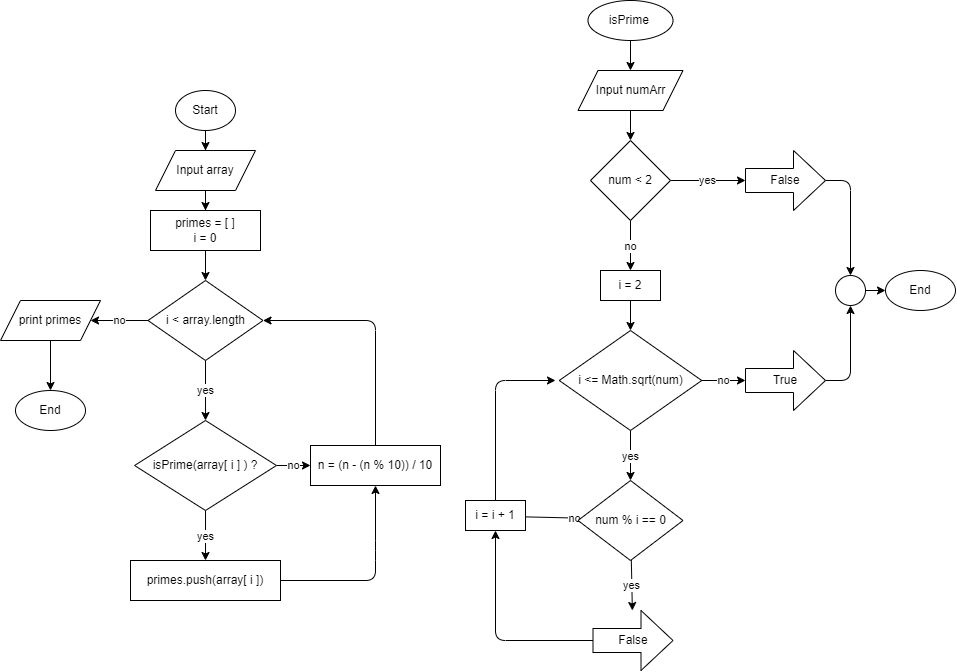
Above: Bai 2/FlowChart_2d.drawio.png in QuocNGN/flow-chart-code (draw.io), before the change. Source tidied: cells renumbered, new cells last; positions are measured from the earlier drawing's top-left corner, leaving out a move shared by most shapes. The source it was exported from:
```xml
<mxGraphModel>
  <root>
    <mxCell id="0" />
    <mxCell id="1" parent="0" />
    <mxCell id="2" style="edgeStyle=none;html=1;exitX=0.5;exitY=1;exitDx=0;exitDy=0;entryX=0.5;entryY=0;entryDx=0;entryDy=0;" parent="1" edge="1" source="3" target="5">
      <mxGeometry relative="1" as="geometry" />
    </mxCell>
    <mxCell id="3" value="isPrime&amp;nbsp;" style="ellipse;whiteSpace=wrap;html=1;" parent="1" vertex="1">
      <mxGeometry x="587.5" width="85" height="40" as="geometry" />
    </mxCell>
    <mxCell id="4" style="edgeStyle=orthogonalEdgeStyle;rounded=0;jettySize=auto;html=1;entryX=0.5;entryY=0;entryDx=0;entryDy=0;" parent="1" edge="1" source="5" target="8">
      <mxGeometry relative="1" as="geometry" />
    </mxCell>
    <mxCell id="5" value="Input numArr" style="shape=parallelogram;perimeter=parallelogramPerimeter;whiteSpace=wrap;html=1;fixedSize=1;" parent="1" vertex="1">
      <mxGeometry x="577.5" y="70" width="105" height="40" as="geometry" />
    </mxCell>
    <mxCell id="6" value="no" style="edgeStyle=none;html=1;exitX=0.5;exitY=1;exitDx=0;exitDy=0;entryX=0.5;entryY=0;entryDx=0;entryDy=0;" parent="1" edge="1" source="8" target="33">
      <mxGeometry relative="1" as="geometry" />
    </mxCell>
    <mxCell id="7" value="yes" style="edgeStyle=none;html=1;" parent="1" edge="1" source="8" target="40">
      <mxGeometry relative="1" as="geometry" />
    </mxCell>
    <mxCell id="8" value="num &amp;lt; 2" style="rhombus;whiteSpace=wrap;html=1;" parent="1" vertex="1">
      <mxGeometry x="590" y="140" width="80" height="80" as="geometry" />
    </mxCell>
    <mxCell id="9" value="End" style="ellipse;whiteSpace=wrap;html=1;" parent="1" vertex="1">
      <mxGeometry x="885" y="270" width="70" height="40" as="geometry" />
    </mxCell>
    <mxCell id="10" value="yes" style="edgeStyle=none;html=1;" parent="1" edge="1" source="12" target="36">
      <mxGeometry relative="1" as="geometry" />
    </mxCell>
    <mxCell id="11" value="no" style="edgeStyle=none;html=1;exitX=1;exitY=0.5;exitDx=0;exitDy=0;" parent="1" edge="1" source="12" target="44">
      <mxGeometry relative="1" as="geometry" />
    </mxCell>
    <mxCell id="12" value="i &amp;lt;= Math.sqrt(num)" style="rhombus;whiteSpace=wrap;html=1;" parent="1" vertex="1">
      <mxGeometry x="558.8" y="330" width="142.5" height="100" as="geometry" />
    </mxCell>
    <mxCell id="13" style="edgeStyle=orthogonalEdgeStyle;rounded=0;jettySize=auto;html=1;entryX=0.5;entryY=0;entryDx=0;entryDy=0;" parent="1" edge="1" source="14" target="16">
      <mxGeometry relative="1" as="geometry" />
    </mxCell>
    <mxCell id="14" value="Start" style="ellipse;whiteSpace=wrap;html=1;" parent="1" vertex="1">
      <mxGeometry x="175" y="90" width="60" height="40" as="geometry" />
    </mxCell>
    <mxCell id="15" style="edgeStyle=orthogonalEdgeStyle;rounded=0;jettySize=auto;html=1;entryX=0.5;entryY=0;entryDx=0;entryDy=0;" parent="1" edge="1" source="16" target="18">
      <mxGeometry relative="1" as="geometry" />
    </mxCell>
    <mxCell id="16" value="Input array" style="shape=parallelogram;perimeter=parallelogramPerimeter;whiteSpace=wrap;html=1;fixedSize=1;" parent="1" vertex="1">
      <mxGeometry x="155" y="150" width="100" height="40" as="geometry" />
    </mxCell>
    <mxCell id="17" style="edgeStyle=orthogonalEdgeStyle;rounded=0;jettySize=auto;html=1;entryX=0.5;entryY=0;entryDx=0;entryDy=0;" parent="1" edge="1" source="18" target="21">
      <mxGeometry relative="1" as="geometry" />
    </mxCell>
    <mxCell id="18" value="primes = [ ]&lt;br&gt;i = 0" style="rounded=0;whiteSpace=wrap;html=1;" parent="1" vertex="1">
      <mxGeometry x="150" y="210" width="110" height="40" as="geometry" />
    </mxCell>
    <mxCell id="19" value="no" style="edgeStyle=none;html=1;exitX=0;exitY=0.5;exitDx=0;exitDy=0;entryX=1;entryY=0.5;entryDx=0;entryDy=0;" parent="1" edge="1" source="21" target="23">
      <mxGeometry relative="1" as="geometry" />
    </mxCell>
    <mxCell id="20" value="yes" style="edgeStyle=none;html=1;exitX=0.5;exitY=1;exitDx=0;exitDy=0;entryX=0.5;entryY=0;entryDx=0;entryDy=0;" parent="1" edge="1" source="21" target="27">
      <mxGeometry relative="1" as="geometry" />
    </mxCell>
    <mxCell id="21" value="i &amp;lt; array.length" style="rhombus;whiteSpace=wrap;html=1;" parent="1" vertex="1">
      <mxGeometry x="147.5" y="280" width="115" height="80" as="geometry" />
    </mxCell>
    <mxCell id="22" style="edgeStyle=none;html=1;exitX=0.5;exitY=1;exitDx=0;exitDy=0;entryX=0.5;entryY=0;entryDx=0;entryDy=0;" parent="1" edge="1" source="23" target="24">
      <mxGeometry relative="1" as="geometry" />
    </mxCell>
    <mxCell id="23" value="print primes" style="shape=parallelogram;perimeter=parallelogramPerimeter;whiteSpace=wrap;html=1;fixedSize=1;" parent="1" vertex="1">
      <mxGeometry y="300" width="100" height="40" as="geometry" />
    </mxCell>
    <mxCell id="24" value="End" style="ellipse;whiteSpace=wrap;html=1;" parent="1" vertex="1">
      <mxGeometry x="15" y="390" width="70" height="40" as="geometry" />
    </mxCell>
    <mxCell id="25" value="no" style="edgeStyle=none;html=1;exitX=1;exitY=0.5;exitDx=0;exitDy=0;entryX=0;entryY=0.5;entryDx=0;entryDy=0;" parent="1" edge="1" source="27" target="31">
      <mxGeometry relative="1" as="geometry" />
    </mxCell>
    <mxCell id="26" value="yes" style="edgeStyle=none;html=1;exitX=0.5;exitY=1;exitDx=0;exitDy=0;entryX=0.5;entryY=0;entryDx=0;entryDy=0;" parent="1" edge="1" source="27" target="29">
      <mxGeometry relative="1" as="geometry" />
    </mxCell>
    <mxCell id="27" value="isPrime(array[ i ] ) ?" style="rhombus;whiteSpace=wrap;html=1;perimeterSpacing=0;" parent="1" vertex="1">
      <mxGeometry x="134.1" y="420" width="141.9" height="90" as="geometry" />
    </mxCell>
    <mxCell id="28" style="edgeStyle=none;html=1;exitX=1;exitY=0.5;exitDx=0;exitDy=0;entryX=0.5;entryY=1;entryDx=0;entryDy=0;" parent="1" edge="1" source="29" target="31">
      <mxGeometry relative="1" as="geometry">
        <Array as="points">
          <mxPoint x="375" y="580" />
          <mxPoint x="375" y="550" />
        </Array>
      </mxGeometry>
    </mxCell>
    <mxCell id="29" value="primes.push(array[ i ])" style="rounded=0;whiteSpace=wrap;html=1;" parent="1" vertex="1">
      <mxGeometry x="130" y="560" width="150" height="40" as="geometry" />
    </mxCell>
    <mxCell id="30" style="edgeStyle=none;html=1;exitX=0.5;exitY=0;exitDx=0;exitDy=0;entryX=1;entryY=0.5;entryDx=0;entryDy=0;" parent="1" edge="1" source="31" target="21">
      <mxGeometry relative="1" as="geometry">
        <Array as="points">
          <mxPoint x="375" y="320" />
        </Array>
      </mxGeometry>
    </mxCell>
    <mxCell id="31" value="n = (n - (n % 10)) / 10" style="rounded=0;whiteSpace=wrap;html=1;" parent="1" vertex="1">
      <mxGeometry x="310" y="445" width="130" height="40" as="geometry" />
    </mxCell>
    <mxCell id="32" style="edgeStyle=none;html=1;entryX=0.5;entryY=0;entryDx=0;entryDy=0;" parent="1" edge="1" source="33" target="12">
      <mxGeometry relative="1" as="geometry" />
    </mxCell>
    <mxCell id="33" value="i = 2" style="rounded=0;whiteSpace=wrap;html=1;" parent="1" vertex="1">
      <mxGeometry x="600" y="270" width="60" height="30" as="geometry" />
    </mxCell>
    <mxCell id="34" value="yes" style="edgeStyle=none;html=1;" parent="1" edge="1" source="36" target="38">
      <mxGeometry relative="1" as="geometry" />
    </mxCell>
    <mxCell id="35" value="no" style="edgeStyle=none;html=1;exitX=1;exitY=0.5;exitDx=0;exitDy=0;entryX=0;entryY=0.5;entryDx=0;entryDy=0;" parent="1" edge="1" source="36" target="42">
      <mxGeometry relative="1" as="geometry" />
    </mxCell>
    <mxCell id="36" value="num % i == 0" style="rhombus;whiteSpace=wrap;html=1;" parent="1" vertex="1">
      <mxGeometry x="577.5" y="480" width="105" height="80" as="geometry" />
    </mxCell>
    <mxCell id="37" style="edgeStyle=none;html=1;entryX=0.5;entryY=1;entryDx=0;entryDy=0;" parent="1" edge="1" source="38" target="42">
      <mxGeometry relative="1" as="geometry">
        <Array as="points">
          <mxPoint x="495" y="640" />
        </Array>
      </mxGeometry>
    </mxCell>
    <mxCell id="38" value="False" style="shape=singleArrow;whiteSpace=wrap;html=1;arrowWidth=0.4;arrowSize=0.4;" parent="1" vertex="1">
      <mxGeometry x="592.5" y="610" width="80" height="60" as="geometry" />
    </mxCell>
    <mxCell id="39" style="edgeStyle=none;html=1;exitX=1;exitY=0.5;exitDx=0;exitDy=0;exitPerimeter=0;entryX=0.5;entryY=0;entryDx=0;entryDy=0;" parent="1" edge="1" source="40" target="46">
      <mxGeometry relative="1" as="geometry">
        <Array as="points">
          <mxPoint x="850" y="180" />
        </Array>
      </mxGeometry>
    </mxCell>
    <mxCell id="40" value="False" style="shape=singleArrow;whiteSpace=wrap;html=1;arrowWidth=0.4;arrowSize=0.4;" parent="1" vertex="1">
      <mxGeometry x="745" y="150" width="80" height="60" as="geometry" />
    </mxCell>
    <mxCell id="41" style="edgeStyle=none;html=1;" parent="1" edge="1" source="42">
      <mxGeometry relative="1" as="geometry">
        <mxPoint x="555" y="380" as="targetPoint" />
        <Array as="points">
          <mxPoint x="495" y="380" />
        </Array>
      </mxGeometry>
    </mxCell>
    <mxCell id="42" value="i = i + 1" style="rounded=0;whiteSpace=wrap;html=1;" parent="1" vertex="1">
      <mxGeometry x="465" y="500" width="60" height="30" as="geometry" />
    </mxCell>
    <mxCell id="43" style="edgeStyle=none;html=1;exitX=1;exitY=0.5;exitDx=0;exitDy=0;exitPerimeter=0;entryX=0.5;entryY=1;entryDx=0;entryDy=0;" parent="1" edge="1" source="44" target="46">
      <mxGeometry relative="1" as="geometry">
        <Array as="points">
          <mxPoint x="850" y="380" />
        </Array>
      </mxGeometry>
    </mxCell>
    <mxCell id="44" value="True" style="shape=singleArrow;whiteSpace=wrap;html=1;arrowWidth=0.4;arrowSize=0.4;" parent="1" vertex="1">
      <mxGeometry x="745" y="350" width="80" height="60" as="geometry" />
    </mxCell>
    <mxCell id="45" style="edgeStyle=none;html=1;exitX=1;exitY=0.5;exitDx=0;exitDy=0;entryX=0;entryY=0.5;entryDx=0;entryDy=0;" parent="1" edge="1" source="46" target="9">
      <mxGeometry relative="1" as="geometry" />
    </mxCell>
    <mxCell id="46" style="ellipse;whiteSpace=wrap;html=1;" parent="1" vertex="1">
      <mxGeometry x="835" y="275" width="30" height="30" as="geometry" />
    </mxCell>
  </root>
</mxGraphModel>
```
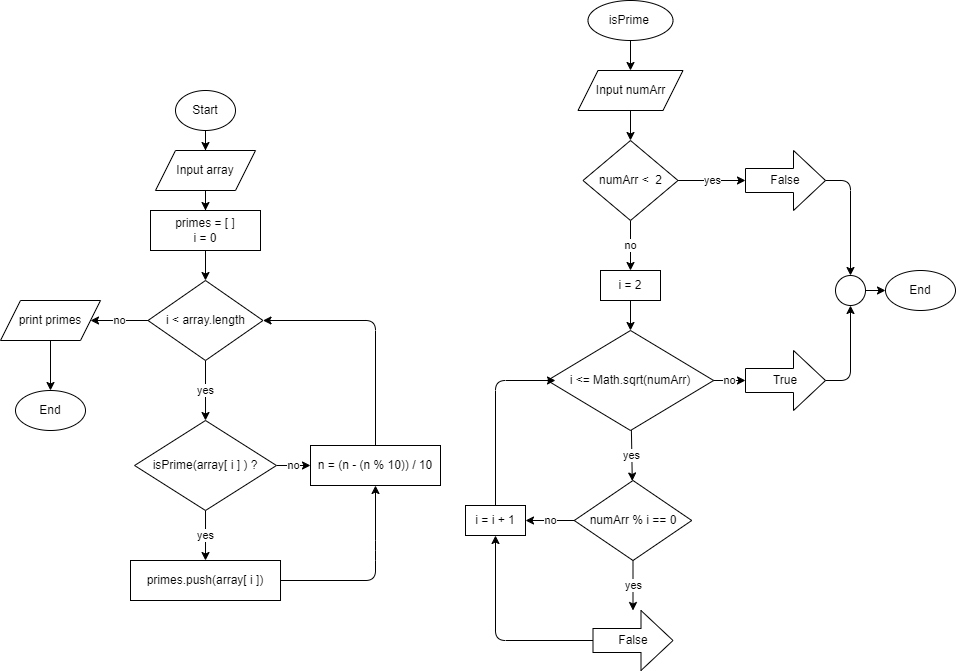
Above is the later version.

Commit message:
Update flowchart Bai 2d

Diff of the diagram source:
```diff
@@ -20,8 +20,8 @@
     <mxCell id="7" value="yes" style="edgeStyle=none;html=1;" parent="1" edge="1" source="8" target="40">
       <mxGeometry relative="1" as="geometry" />
     </mxCell>
-    <mxCell id="8" value="num &amp;lt; 2" style="rhombus;whiteSpace=wrap;html=1;" parent="1" vertex="1">
-      <mxGeometry x="590" y="140" width="80" height="80" as="geometry" />
+    <mxCell id="8" value="numArr &amp;lt;&amp;nbsp; 2" style="rhombus;whiteSpace=wrap;html=1;" parent="1" vertex="1">
+      <mxGeometry x="582.5" y="140" width="95" height="80" as="geometry" />
     </mxCell>
     <mxCell id="9" value="End" style="ellipse;whiteSpace=wrap;html=1;" parent="1" vertex="1">
       <mxGeometry x="885" y="270" width="70" height="40" as="geometry" />
@@ -32,8 +32,8 @@
     <mxCell id="11" value="no" style="edgeStyle=none;html=1;exitX=1;exitY=0.5;exitDx=0;exitDy=0;" parent="1" edge="1" source="12" target="44">
       <mxGeometry relative="1" as="geometry" />
     </mxCell>
-    <mxCell id="12" value="i &amp;lt;= Math.sqrt(num)" style="rhombus;whiteSpace=wrap;html=1;" parent="1" vertex="1">
-      <mxGeometry x="558.8" y="330" width="142.5" height="100" as="geometry" />
+    <mxCell id="12" value="i &amp;lt;= Math.sqrt(numArr)" style="rhombus;whiteSpace=wrap;html=1;" parent="1" vertex="1">
+      <mxGeometry x="546.9" y="330" width="166.2" height="100" as="geometry" />
     </mxCell>
     <mxCell id="13" style="edgeStyle=orthogonalEdgeStyle;rounded=0;jettySize=auto;html=1;entryX=0.5;entryY=0;entryDx=0;entryDy=0;" parent="1" edge="1" source="14" target="16">
       <mxGeometry relative="1" as="geometry" />
@@ -110,11 +110,11 @@
     <mxCell id="34" value="yes" style="edgeStyle=none;html=1;" parent="1" edge="1" source="36" target="38">
       <mxGeometry relative="1" as="geometry" />
     </mxCell>
-    <mxCell id="35" value="no" style="edgeStyle=none;html=1;exitX=1;exitY=0.5;exitDx=0;exitDy=0;entryX=0;entryY=0.5;entryDx=0;entryDy=0;" parent="1" edge="1" source="36" target="42">
+    <mxCell id="35" value="no" style="edgeStyle=none;html=1;exitX=0;exitY=0.5;exitDx=0;exitDy=0;entryX=1;entryY=0.5;entryDx=0;entryDy=0;" parent="1" edge="1" source="36" target="42">
       <mxGeometry relative="1" as="geometry" />
     </mxCell>
-    <mxCell id="36" value="num % i == 0" style="rhombus;whiteSpace=wrap;html=1;" parent="1" vertex="1">
-      <mxGeometry x="577.5" y="480" width="105" height="80" as="geometry" />
+    <mxCell id="36" value="numArr % i == 0" style="rhombus;whiteSpace=wrap;html=1;" parent="1" vertex="1">
+      <mxGeometry x="573.8" y="480" width="117.5" height="80" as="geometry" />
     </mxCell>
     <mxCell id="37" style="edgeStyle=none;html=1;entryX=0.5;entryY=1;entryDx=0;entryDy=0;" parent="1" edge="1" source="38" target="42">
       <mxGeometry relative="1" as="geometry">
@@ -145,7 +145,7 @@
       </mxGeometry>
     </mxCell>
     <mxCell id="42" value="i = i + 1" style="rounded=0;whiteSpace=wrap;html=1;" parent="1" vertex="1">
-      <mxGeometry x="465" y="500" width="60" height="30" as="geometry" />
+      <mxGeometry x="465" y="505" width="60" height="30" as="geometry" />
     </mxCell>
     <mxCell id="43" style="edgeStyle=none;html=1;exitX=1;exitY=0.5;exitDx=0;exitDy=0;exitPerimeter=0;entryX=0.5;entryY=1;entryDx=0;entryDy=0;" parent="1" edge="1" source="44" target="46">
       <mxGeometry relative="1" as="geometry">
```
